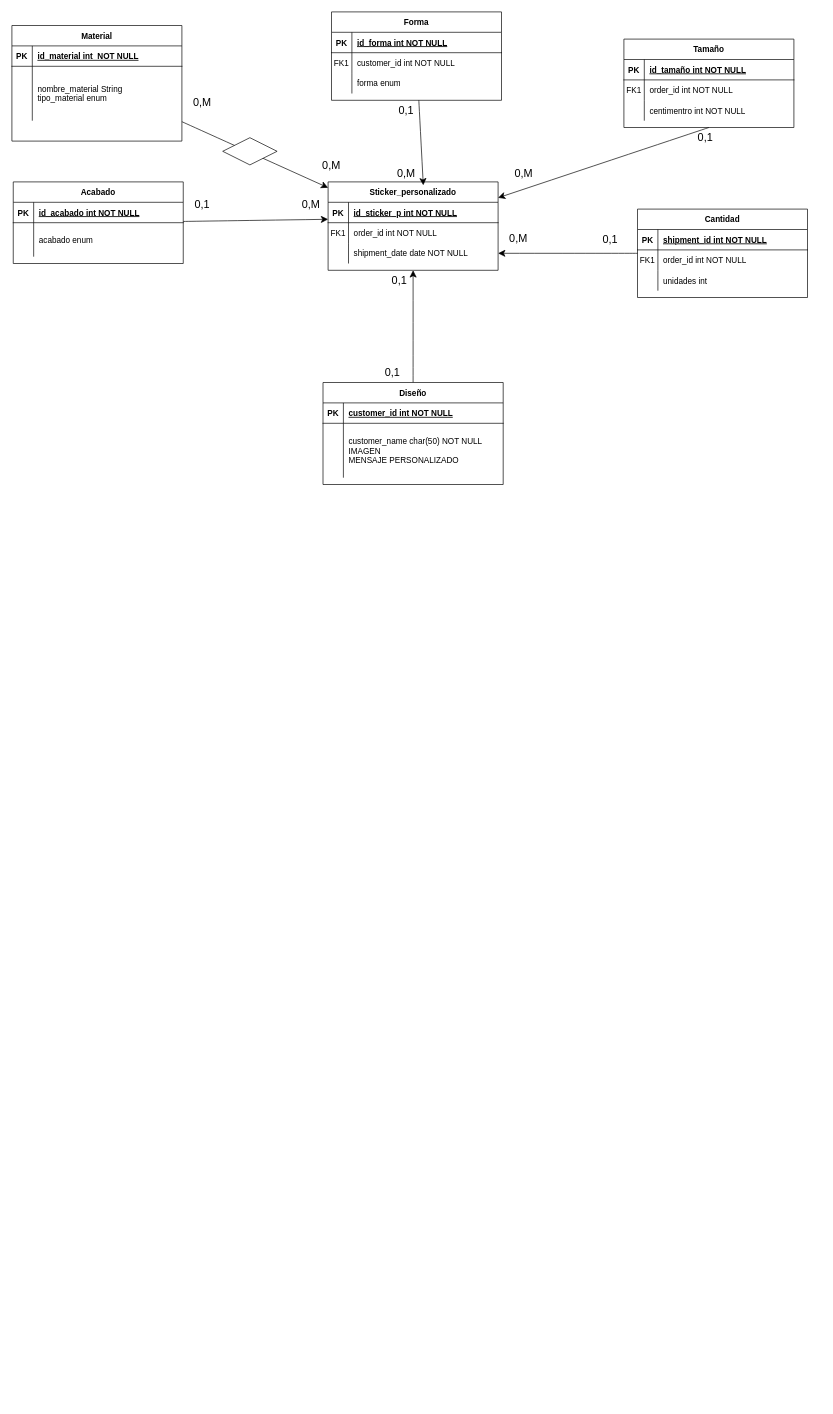
Before: Diagrama sin título.drawio in nayrariosaguilar/OdooStickerModule, a draw.io diagram. Source tidied: cells renumbered, new cells numbered last; positions are measured from the earlier drawing's top-left corner, leaving out a move shared by most shapes. Both pictures are drawn from the tidied source at 68%, with x=0, y=0 at pixel (12, 12).
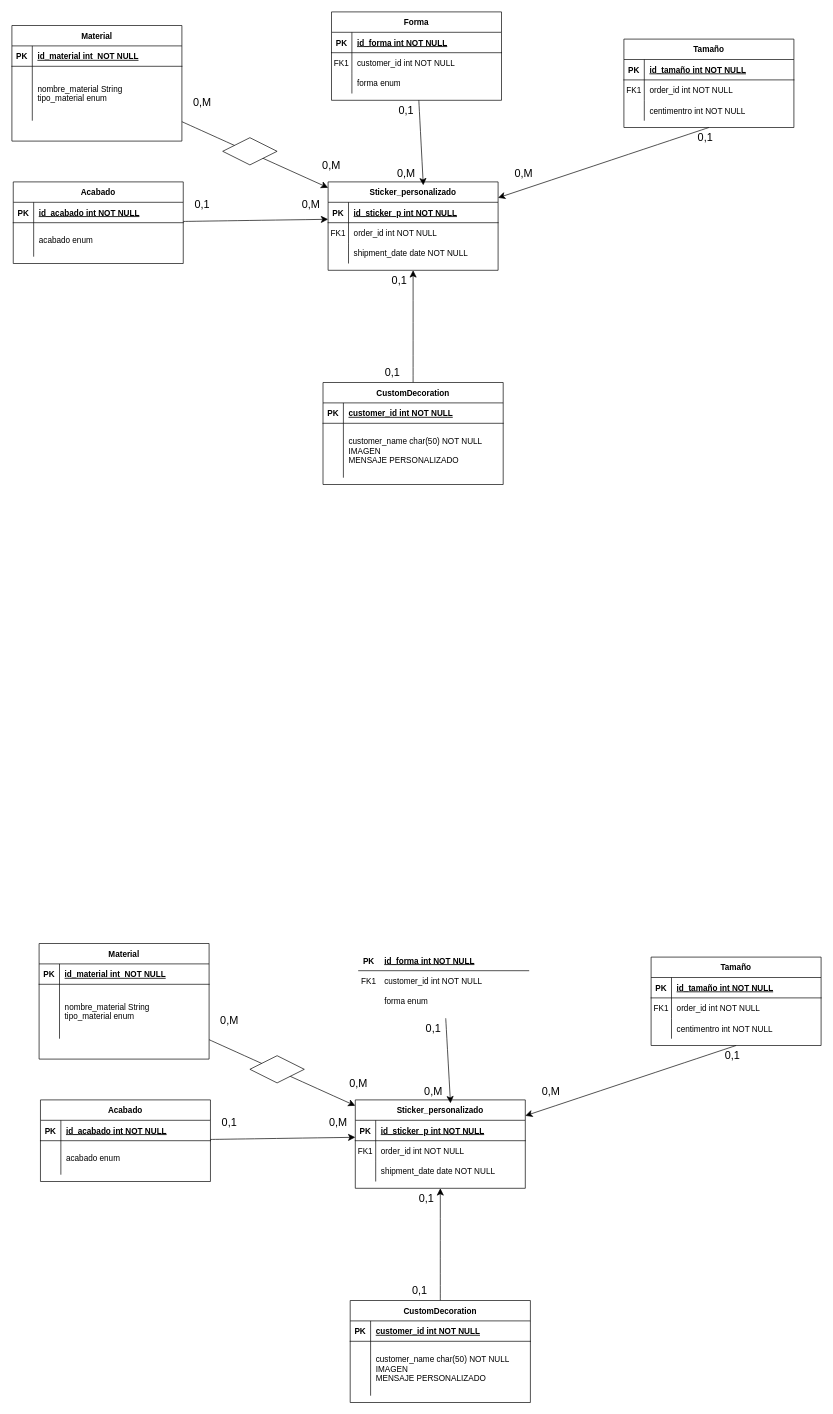
After the change.

Unchanged cells that the change refers to:
```xml
<mxCell id="55" style="shape=partialRectangle;fillColor=none;points=[[0,0.5],[1,0.5]];portConstraint=eastwest;top=0;left=0;right=0;bottom=0;" parent="48" vertex="1">
  <mxGeometry y="90" width="250" height="30" as="geometry" />
</mxCell>
```

Diff of the diagram source:
```diff
@@
-    <mxCell id="37" style="edgeStyle=none;curved=1;rounded=0;jettySize=auto;html=1;entryX=1;entryY=0.5;entryDx=0;entryDy=0;fontSize=12;startSize=8;endSize=8;" parent="1" edge="1" source="38" target="55">
-      <mxGeometry relative="1" as="geometry" />
-    </mxCell>
-    <mxCell id="38" value="Cantidad" style="shape=table;startSize=30;childLayout=tableLayout;rowLines=0;fontStyle=1;align=center;" parent="1" vertex="1">
-      <mxGeometry x="920" y="290" width="250" height="130" as="geometry" />
-    </mxCell>
-    <mxCell id="39" style="shape=partialRectangle;fillColor=none;top=0;left=0;right=0;bottom=1;" parent="38" vertex="1">
-      <mxGeometry y="30" width="250" height="30" as="geometry" />
-    </mxCell>
-    <mxCell id="40" value="PK" style="shape=partialRectangle;overflow=hidden;fillColor=none;top=0;left=0;bottom=0;right=0;fontStyle=1;" parent="39" vertex="1">
-      <mxGeometry width="30" height="30" as="geometry" />
-    </mxCell>
-    <mxCell id="41" value="shipment_id int NOT NULL " style="shape=partialRectangle;overflow=hidden;fillColor=none;top=0;left=0;bottom=0;right=0;align=left;spacingLeft=6;fontStyle=5;" parent="39" vertex="1">
-      <mxGeometry x="30" width="220" height="30" as="geometry" />
-    </mxCell>
-    <mxCell id="42" style="shape=partialRectangle;fillColor=none;top=0;left=0;right=0;bottom=0;" parent="38" vertex="1">
-      <mxGeometry y="60" width="250" height="30" as="geometry" />
-    </mxCell>
-    <mxCell id="43" value="FK1" style="shape=partialRectangle;overflow=hidden;fillColor=none;top=0;left=0;bottom=0;right=0;" parent="42" vertex="1">
-      <mxGeometry width="30" height="30" as="geometry" />
-    </mxCell>
-    <mxCell id="44" value="order_id int NOT NULL" style="shape=partialRectangle;overflow=hidden;fillColor=none;top=0;left=0;bottom=0;right=0;align=left;spacingLeft=6;" parent="42" vertex="1">
-      <mxGeometry x="30" width="220" height="30" as="geometry" />
-    </mxCell>
-    <mxCell id="45" style="shape=partialRectangle;fillColor=none;top=0;left=0;right=0;bottom=0;" parent="38" vertex="1">
-      <mxGeometry y="90" width="250" height="30" as="geometry" />
-    </mxCell>
-    <mxCell id="46" style="shape=partialRectangle;overflow=hidden;fillColor=none;top=0;left=0;bottom=0;right=0;" parent="45" vertex="1">
-      <mxGeometry width="30" height="30" as="geometry" />
-    </mxCell>
-    <mxCell id="47" value="unidades int" style="shape=partialRectangle;overflow=hidden;fillColor=none;top=0;left=0;bottom=0;right=0;align=left;spacingLeft=6;" parent="45" vertex="1">
-      <mxGeometry x="30" width="220" height="30" as="geometry" />
-    </mxCell>
@@
-    <mxCell id="59" value="Diseño" style="shape=table;startSize=30;childLayout=tableLayout;rowLines=0;fontStyle=1;align=center;" parent="1" vertex="1">
+    <mxCell id="59" value="CustomDecoration" style="shape=table;startSize=30;childLayout=tableLayout;rowLines=0;fontStyle=1;align=center;" parent="1" vertex="1">
       <mxGeometry x="457.5" y="545" width="265" height="150" as="geometry" />
     </mxCell>
@@
-    <mxCell id="76" value="0,M" style="text;html=1;align=center;verticalAlign=middle;whiteSpace=wrap;rounded=0;fontSize=16;" parent="1" vertex="1">
-      <mxGeometry x="715" y="320" width="60" height="25" as="geometry" />
-    </mxCell>
-    <mxCell id="77" value="0,1" style="text;html=1;align=center;verticalAlign=middle;whiteSpace=wrap;rounded=0;fontSize=16;" parent="1" vertex="1">
-      <mxGeometry x="850" y="320" width="60" height="30" as="geometry" />
-    </mxCell>
@@
+    <mxCell id="82" style="shape=partialRectangle;fillColor=none;top=0;left=0;right=0;bottom=1;" parent="1" vertex="1">
+      <mxGeometry x="510" y="1380" width="250" height="30" as="geometry" />
+    </mxCell>
+    <mxCell id="83" value="PK" style="shape=partialRectangle;overflow=hidden;fillColor=none;top=0;left=0;bottom=0;right=0;fontStyle=1;" parent="82" vertex="1">
+      <mxGeometry width="30" height="30" as="geometry" />
+    </mxCell>
+    <mxCell id="84" value="id_forma int NOT NULL " style="shape=partialRectangle;overflow=hidden;fillColor=none;top=0;left=0;bottom=0;right=0;align=left;spacingLeft=6;fontStyle=5;" parent="82" vertex="1">
+      <mxGeometry x="30" width="220" height="30" as="geometry" />
+    </mxCell>
+    <mxCell id="85" style="shape=partialRectangle;fillColor=none;top=0;left=0;right=0;bottom=0;" parent="1" vertex="1">
+      <mxGeometry x="510" y="1410" width="250" height="30" as="geometry" />
+    </mxCell>
+    <mxCell id="86" value="FK1" style="shape=partialRectangle;overflow=hidden;fillColor=none;top=0;left=0;bottom=0;right=0;" parent="85" vertex="1">
+      <mxGeometry width="30" height="30" as="geometry" />
+    </mxCell>
+    <mxCell id="87" value="customer_id int NOT NULL" style="shape=partialRectangle;overflow=hidden;fillColor=none;top=0;left=0;bottom=0;right=0;align=left;spacingLeft=6;" parent="85" vertex="1">
+      <mxGeometry x="30" width="220" height="30" as="geometry" />
+    </mxCell>
+    <mxCell id="88" style="shape=partialRectangle;fillColor=none;top=0;left=0;right=0;bottom=0;" parent="1" vertex="1">
+      <mxGeometry x="510" y="1440" width="250" height="30" as="geometry" />
+    </mxCell>
+    <mxCell id="89" style="shape=partialRectangle;overflow=hidden;fillColor=none;top=0;left=0;bottom=0;right=0;" parent="88" vertex="1">
+      <mxGeometry width="30" height="30" as="geometry" />
+    </mxCell>
+    <mxCell id="90" value="forma enum" style="shape=partialRectangle;overflow=hidden;fillColor=none;top=0;left=0;bottom=0;right=0;align=left;spacingLeft=6;" parent="88" vertex="1">
+      <mxGeometry x="30" width="220" height="30" as="geometry" />
+    </mxCell>
+    <mxCell id="91" value="Tamaño" style="shape=table;startSize=30;childLayout=tableLayout;rowLines=0;fontStyle=1;align=center;" parent="1" vertex="1">
+      <mxGeometry x="940" y="1390" width="250" height="130" as="geometry" />
+    </mxCell>
+    <mxCell id="92" style="shape=partialRectangle;fillColor=none;top=0;left=0;right=0;bottom=1;" parent="91" vertex="1">
+      <mxGeometry y="30" width="250" height="30" as="geometry" />
+    </mxCell>
+    <mxCell id="93" value="PK" style="shape=partialRectangle;overflow=hidden;fillColor=none;top=0;left=0;bottom=0;right=0;fontStyle=1;" parent="92" vertex="1">
+      <mxGeometry width="30" height="30" as="geometry" />
+    </mxCell>
+    <mxCell id="94" value="id_tamaño int NOT NULL " style="shape=partialRectangle;overflow=hidden;fillColor=none;top=0;left=0;bottom=0;right=0;align=left;spacingLeft=6;fontStyle=5;" parent="92" vertex="1">
+      <mxGeometry x="30" width="220" height="30" as="geometry" />
+    </mxCell>
+    <mxCell id="95" style="shape=partialRectangle;fillColor=none;top=0;left=0;right=0;bottom=0;" parent="91" vertex="1">
+      <mxGeometry y="60" width="250" height="30" as="geometry" />
+    </mxCell>
+    <mxCell id="96" value="FK1" style="shape=partialRectangle;overflow=hidden;fillColor=none;top=0;left=0;bottom=0;right=0;" parent="95" vertex="1">
+      <mxGeometry width="30" height="30" as="geometry" />
+    </mxCell>
+    <mxCell id="97" value="order_id int NOT NULL" style="shape=partialRectangle;overflow=hidden;fillColor=none;top=0;left=0;bottom=0;right=0;align=left;spacingLeft=6;" parent="95" vertex="1">
+      <mxGeometry x="30" width="220" height="30" as="geometry" />
+    </mxCell>
+    <mxCell id="98" style="shape=partialRectangle;fillColor=none;top=0;left=0;right=0;bottom=0;" parent="91" vertex="1">
+      <mxGeometry y="90" width="250" height="30" as="geometry" />
+    </mxCell>
+    <mxCell id="99" style="shape=partialRectangle;overflow=hidden;fillColor=none;top=0;left=0;bottom=0;right=0;" parent="98" vertex="1">
+      <mxGeometry width="30" height="30" as="geometry" />
+    </mxCell>
+    <mxCell id="100" value="centimentro int NOT NULL" style="shape=partialRectangle;overflow=hidden;fillColor=none;top=0;left=0;bottom=0;right=0;align=left;spacingLeft=6;" parent="98" vertex="1">
+      <mxGeometry x="30" width="220" height="30" as="geometry" />
+    </mxCell>
+    <mxCell id="101" style="edgeStyle=none;curved=1;rounded=0;jettySize=auto;html=1;fontSize=12;startSize=8;endSize=8;" parent="1" edge="1" source="102" target="116">
+      <mxGeometry relative="1" as="geometry" />
+    </mxCell>
+    <mxCell id="102" value="Material" style="shape=table;startSize=30;childLayout=tableLayout;rowLines=0;fontStyle=1;align=center;" parent="1" vertex="1">
+      <mxGeometry x="40" y="1370" width="250" height="170" as="geometry" />
+    </mxCell>
+    <mxCell id="103" style="shape=partialRectangle;fillColor=none;top=0;left=0;right=0;bottom=1;" parent="102" vertex="1">
+      <mxGeometry y="30" width="250" height="30" as="geometry" />
+    </mxCell>
+    <mxCell id="104" value="PK" style="shape=partialRectangle;overflow=hidden;fillColor=none;top=0;left=0;bottom=0;right=0;fontStyle=1;" parent="103" vertex="1">
+      <mxGeometry width="30" height="30" as="geometry" />
+    </mxCell>
+    <mxCell id="105" value="id_material int  NOT NULL " style="shape=partialRectangle;overflow=hidden;fillColor=none;top=0;left=0;bottom=0;right=0;align=left;spacingLeft=6;fontStyle=5;" parent="103" vertex="1">
+      <mxGeometry x="30" width="220" height="30" as="geometry" />
+    </mxCell>
+    <mxCell id="106" style="shape=partialRectangle;fillColor=none;top=0;left=0;right=0;bottom=0;" parent="102" vertex="1">
+      <mxGeometry y="60" width="250" height="80" as="geometry" />
+    </mxCell>
+    <mxCell id="107" style="shape=partialRectangle;overflow=hidden;fillColor=none;top=0;left=0;bottom=0;right=0;" parent="106" vertex="1">
+      <mxGeometry width="30" height="80" as="geometry" />
+    </mxCell>
+    <mxCell id="108" value="nombre_material String&#10;tipo_material enum" style="shape=partialRectangle;overflow=hidden;fillColor=none;top=0;left=0;bottom=0;right=0;align=left;spacingLeft=6;" parent="106" vertex="1">
+      <mxGeometry x="30" width="220" height="80" as="geometry" />
+    </mxCell>
+    <mxCell id="109" value="Acabado" style="shape=table;startSize=30;childLayout=tableLayout;rowLines=0;fontStyle=1;align=center;" parent="1" vertex="1">
+      <mxGeometry x="42" y="1600" width="250" height="120" as="geometry" />
+    </mxCell>
+    <mxCell id="110" style="shape=partialRectangle;fillColor=none;top=0;left=0;right=0;bottom=1;" parent="109" vertex="1">
+      <mxGeometry y="30" width="250" height="30" as="geometry" />
+    </mxCell>
+    <mxCell id="111" value="PK" style="shape=partialRectangle;overflow=hidden;fillColor=none;top=0;left=0;bottom=0;right=0;fontStyle=1;" parent="110" vertex="1">
+      <mxGeometry width="30" height="30" as="geometry" />
+    </mxCell>
+    <mxCell id="112" value="id_acabado int NOT NULL " style="shape=partialRectangle;overflow=hidden;fillColor=none;top=0;left=0;bottom=0;right=0;align=left;spacingLeft=6;fontStyle=5;" parent="110" vertex="1">
+      <mxGeometry x="30" width="220" height="30" as="geometry" />
+    </mxCell>
+    <mxCell id="113" style="shape=partialRectangle;fillColor=none;top=0;left=0;right=0;bottom=0;" parent="109" vertex="1">
+      <mxGeometry y="60" width="250" height="50" as="geometry" />
+    </mxCell>
+    <mxCell id="114" style="shape=partialRectangle;overflow=hidden;fillColor=none;top=0;left=0;bottom=0;right=0;" parent="113" vertex="1">
+      <mxGeometry width="30" height="50" as="geometry" />
+    </mxCell>
+    <mxCell id="115" value="acabado enum" style="shape=partialRectangle;overflow=hidden;fillColor=none;top=0;left=0;bottom=0;right=0;align=left;spacingLeft=6;" parent="113" vertex="1">
+      <mxGeometry x="30" width="220" height="50" as="geometry" />
+    </mxCell>
+    <mxCell id="116" value="Sticker_personalizado" style="shape=table;startSize=30;childLayout=tableLayout;rowLines=0;fontStyle=1;align=center;" parent="1" vertex="1">
+      <mxGeometry x="505" y="1600" width="250" height="130" as="geometry" />
+    </mxCell>
+    <mxCell id="117" style="shape=partialRectangle;fillColor=none;points=[[0,0.5],[1,0.5]];portConstraint=eastwest;top=0;left=0;right=0;bottom=1;" parent="116" vertex="1">
+      <mxGeometry y="30" width="250" height="30" as="geometry" />
+    </mxCell>
+    <mxCell id="118" value="PK" style="shape=partialRectangle;overflow=hidden;fillColor=none;top=0;left=0;bottom=0;right=0;fontStyle=1;" parent="117" vertex="1">
+      <mxGeometry width="30" height="30" as="geometry" />
+    </mxCell>
+    <mxCell id="119" value="id_sticker_p int NOT NULL " style="shape=partialRectangle;overflow=hidden;fillColor=none;top=0;left=0;bottom=0;right=0;align=left;spacingLeft=6;fontStyle=5;" parent="117" vertex="1">
+      <mxGeometry x="30" width="220" height="30" as="geometry" />
+    </mxCell>
+    <mxCell id="120" style="shape=partialRectangle;fillColor=none;top=0;left=0;right=0;bottom=0;" parent="116" vertex="1">
+      <mxGeometry y="60" width="250" height="30" as="geometry" />
+    </mxCell>
+    <mxCell id="121" value="FK1" style="shape=partialRectangle;overflow=hidden;fillColor=none;top=0;left=0;bottom=0;right=0;" parent="120" vertex="1">
+      <mxGeometry width="30" height="30" as="geometry" />
+    </mxCell>
+    <mxCell id="122" value="order_id int NOT NULL" style="shape=partialRectangle;overflow=hidden;fillColor=none;top=0;left=0;bottom=0;right=0;align=left;spacingLeft=6;" parent="120" vertex="1">
+      <mxGeometry x="30" width="220" height="30" as="geometry" />
+    </mxCell>
+    <mxCell id="123" style="shape=partialRectangle;fillColor=none;top=0;left=0;right=0;bottom=0;" parent="116" vertex="1">
+      <mxGeometry y="90" width="250" height="30" as="geometry" />
+    </mxCell>
+    <mxCell id="124" style="shape=partialRectangle;overflow=hidden;fillColor=none;top=0;left=0;bottom=0;right=0;" parent="123" vertex="1">
+      <mxGeometry width="30" height="30" as="geometry" />
+    </mxCell>
+    <mxCell id="125" value="shipment_date date NOT NULL" style="shape=partialRectangle;overflow=hidden;fillColor=none;top=0;left=0;bottom=0;right=0;align=left;spacingLeft=6;" parent="123" vertex="1">
+      <mxGeometry x="30" width="220" height="30" as="geometry" />
+    </mxCell>
+    <mxCell id="126" style="edgeStyle=none;curved=1;rounded=0;jettySize=auto;html=1;entryX=0.5;entryY=1;entryDx=0;entryDy=0;fontSize=12;startSize=8;endSize=8;" parent="1" edge="1" source="127" target="116">
+      <mxGeometry relative="1" as="geometry" />
+    </mxCell>
+    <mxCell id="127" value="CustomDecoration" style="shape=table;startSize=30;childLayout=tableLayout;rowLines=0;fontStyle=1;align=center;" parent="1" vertex="1">
+      <mxGeometry x="497.5" y="1895" width="265" height="150" as="geometry" />
+    </mxCell>
+    <mxCell id="128" style="shape=partialRectangle;fillColor=none;top=0;left=0;right=0;bottom=1;" parent="127" vertex="1">
+      <mxGeometry y="30" width="265" height="30" as="geometry" />
+    </mxCell>
+    <mxCell id="129" value="PK" style="shape=partialRectangle;overflow=hidden;fillColor=none;top=0;left=0;bottom=0;right=0;fontStyle=1;" parent="128" vertex="1">
+      <mxGeometry width="30" height="30" as="geometry" />
+    </mxCell>
+    <mxCell id="130" value="customer_id int NOT NULL " style="shape=partialRectangle;overflow=hidden;fillColor=none;top=0;left=0;bottom=0;right=0;align=left;spacingLeft=6;fontStyle=5;" parent="128" vertex="1">
+      <mxGeometry x="30" width="235" height="30" as="geometry" />
+    </mxCell>
+    <mxCell id="131" style="shape=partialRectangle;fillColor=none;top=0;left=0;right=0;bottom=0;" parent="127" vertex="1">
+      <mxGeometry y="60" width="265" height="80" as="geometry" />
+    </mxCell>
+    <mxCell id="132" style="shape=partialRectangle;overflow=hidden;fillColor=none;top=0;left=0;bottom=0;right=0;" parent="131" vertex="1">
+      <mxGeometry width="30" height="80" as="geometry" />
+    </mxCell>
+    <mxCell id="133" value="customer_name char(50) NOT NULL&#10;IMAGEN&#10;MENSAJE PERSONALIZADO" style="shape=partialRectangle;overflow=hidden;fillColor=none;top=0;left=0;bottom=0;right=0;align=left;spacingLeft=6;" parent="131" vertex="1">
+      <mxGeometry x="30" width="235" height="80" as="geometry" />
+    </mxCell>
+    <mxCell id="134" value="0,1" style="text;html=1;align=center;verticalAlign=middle;whiteSpace=wrap;rounded=0;fontSize=16;" parent="1" vertex="1">
+      <mxGeometry x="590" y="1480" width="60" height="30" as="geometry" />
+    </mxCell>
+    <mxCell id="135" value="0,M" style="text;html=1;align=center;verticalAlign=middle;whiteSpace=wrap;rounded=0;fontSize=16;" parent="1" vertex="1">
+      <mxGeometry x="480" y="1560" width="60" height="30" as="geometry" />
+    </mxCell>
+    <mxCell id="136" style="edgeStyle=none;curved=1;rounded=0;jettySize=auto;html=1;entryX=0.56;entryY=0.038;entryDx=0;entryDy=0;entryPerimeter=0;fontSize=12;startSize=8;endSize=8;" parent="1" edge="1" target="116">
+      <mxGeometry relative="1" as="geometry">
+        <mxPoint x="638" y="1480" as="sourcePoint" />
+      </mxGeometry>
+    </mxCell>
+    <mxCell id="137" value="0,M" style="text;html=1;align=center;verticalAlign=middle;whiteSpace=wrap;rounded=0;fontSize=16;" parent="1" vertex="1">
+      <mxGeometry x="290" y="1470" width="60" height="25" as="geometry" />
+    </mxCell>
+    <mxCell id="138" value="0,M" style="text;html=1;align=center;verticalAlign=middle;whiteSpace=wrap;rounded=0;fontSize=16;" parent="1" vertex="1">
+      <mxGeometry x="590" y="1575" width="60" height="25" as="geometry" />
+    </mxCell>
+    <mxCell id="139" style="edgeStyle=none;curved=1;rounded=0;jettySize=auto;html=1;entryX=0;entryY=0.833;entryDx=0;entryDy=0;entryPerimeter=0;fontSize=12;startSize=8;endSize=8;" parent="1" edge="1" source="109" target="117">
+      <mxGeometry relative="1" as="geometry" />
+    </mxCell>
+    <mxCell id="140" value="0,1" style="text;html=1;align=center;verticalAlign=middle;whiteSpace=wrap;rounded=0;fontSize=16;" parent="1" vertex="1">
+      <mxGeometry x="290" y="1617.5" width="60" height="30" as="geometry" />
+    </mxCell>
+    <mxCell id="141" value="0,M" style="text;html=1;align=center;verticalAlign=middle;whiteSpace=wrap;rounded=0;fontSize=16;" parent="1" vertex="1">
+      <mxGeometry x="450" y="1620" width="60" height="25" as="geometry" />
+    </mxCell>
+    <mxCell id="142" value="0,1" style="text;html=1;align=center;verticalAlign=middle;whiteSpace=wrap;rounded=0;fontSize=16;" parent="1" vertex="1">
+      <mxGeometry x="570" y="1865" width="60" height="30" as="geometry" />
+    </mxCell>
+    <mxCell id="143" value="0,1" style="text;html=1;align=center;verticalAlign=middle;whiteSpace=wrap;rounded=0;fontSize=16;" parent="1" vertex="1">
+      <mxGeometry x="580" y="1730" width="60" height="30" as="geometry" />
+    </mxCell>
+    <mxCell id="144" style="edgeStyle=none;curved=1;rounded=0;jettySize=auto;html=1;fontSize=12;startSize=8;endSize=8;exitX=0.5;exitY=1;exitDx=0;exitDy=0;" parent="1" edge="1" source="91" target="116">
+      <mxGeometry relative="1" as="geometry" />
+    </mxCell>
+    <mxCell id="145" value="0,1" style="text;html=1;align=center;verticalAlign=middle;whiteSpace=wrap;rounded=0;fontSize=16;" parent="1" vertex="1">
+      <mxGeometry x="1030" y="1520" width="60" height="30" as="geometry" />
+    </mxCell>
+    <mxCell id="146" value="0,M" style="text;html=1;align=center;verticalAlign=middle;whiteSpace=wrap;rounded=0;fontSize=16;" parent="1" vertex="1">
+      <mxGeometry x="762.5" y="1575" width="60" height="25" as="geometry" />
+    </mxCell>
+    <mxCell id="147" style="rhombus;whiteSpace=wrap;html=1;" parent="1" vertex="1">
+      <mxGeometry x="350" y="1535" width="80" height="40" as="geometry" />
+    </mxCell>
```
